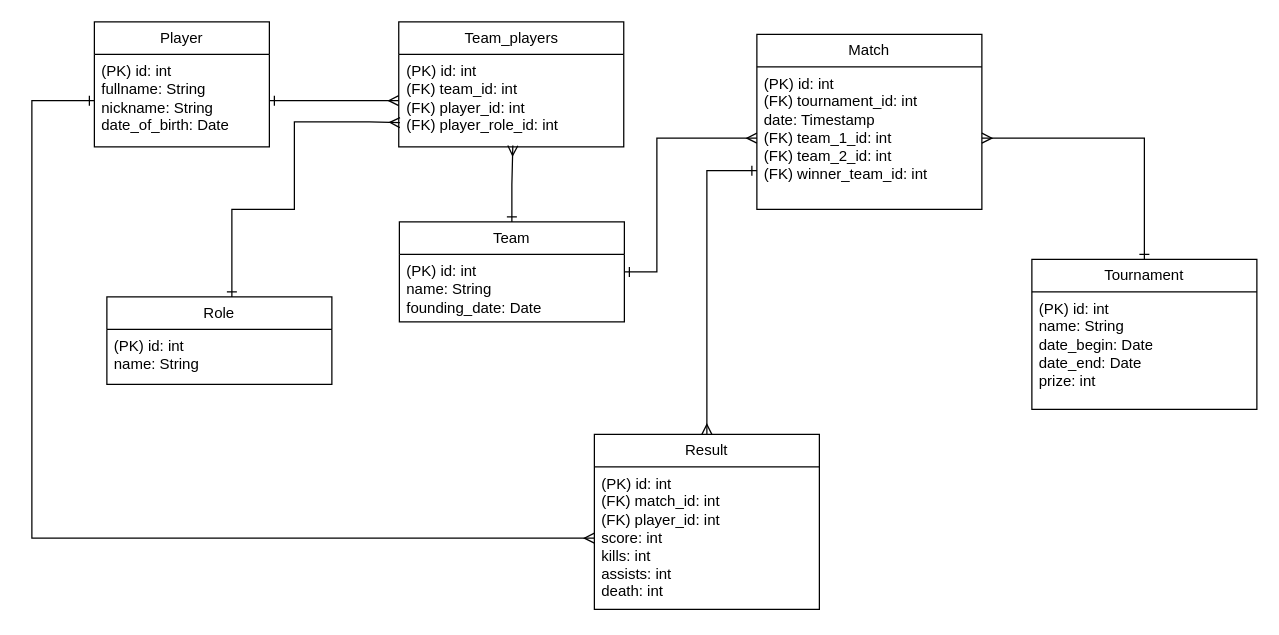
Above: вороньи лапки киберспорт.drawio in Deviky/FOREVASIAOD (draw.io), before the change. Source tidied: cells renumbered, new cells numbered last; positions are measured from the earlier drawing's top-left corner, leaving out a move shared by most shapes. Both pictures are drawn from the tidied source at 125%, with x=0, y=0 at pixel (31, 21).
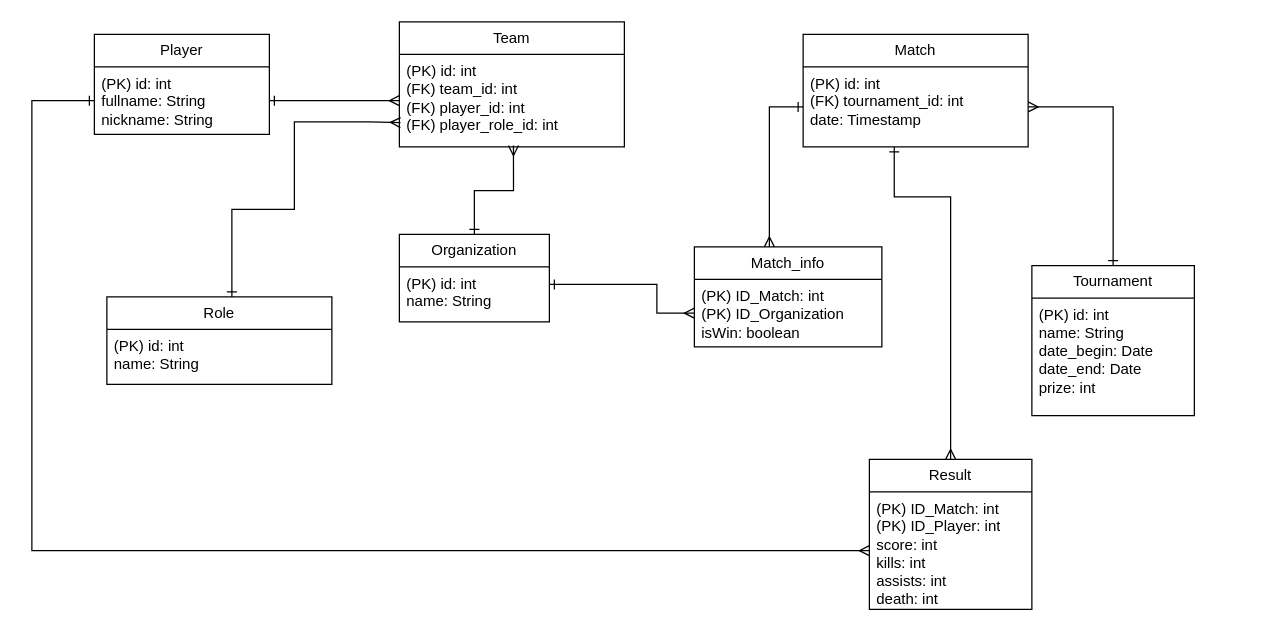
The same page after the edit.

The edit, as a diff of the source:
```diff
@@
     <mxCell id="2" value="Player" style="swimlane;fontStyle=0;horizontal=1;startSize=26;fillColor=none;whiteSpace=wrap;html=1;rounded=0;" parent="1" vertex="1">
-      <mxGeometry x="50" width="140" height="100" as="geometry" />
+      <mxGeometry x="50" y="10" width="140" height="80" as="geometry" />
     </mxCell>
-    <mxCell id="3" value="(PK) id: int&lt;div&gt;fullname: String&lt;br&gt;nickname: String&lt;/div&gt;&lt;div&gt;date_of_birth: Date&lt;/div&gt;&lt;div&gt;&lt;br&gt;&lt;/div&gt;&lt;div&gt;&lt;br&gt;&lt;/div&gt;" style="text;strokeColor=none;fillColor=none;align=left;verticalAlign=top;spacingLeft=4;spacingRight=4;overflow=hidden;points=[[0,0.5],[1,0.5]];portConstraint=eastwest;whiteSpace=wrap;html=1;" parent="2" vertex="1">
-      <mxGeometry y="26" width="140" height="74" as="geometry" />
+    <mxCell id="3" value="(PK) id: int&lt;div&gt;fullname: String&lt;br&gt;nickname: String&lt;/div&gt;&lt;div&gt;&lt;br&gt;&lt;/div&gt;&lt;div&gt;&lt;br&gt;&lt;/div&gt;" style="text;strokeColor=none;fillColor=none;align=left;verticalAlign=top;spacingLeft=4;spacingRight=4;overflow=hidden;points=[[0,0.5],[1,0.5]];portConstraint=eastwest;whiteSpace=wrap;html=1;" parent="2" vertex="1">
+      <mxGeometry y="26" width="140" height="54" as="geometry" />
     </mxCell>
@@
-    <mxCell id="5" value="Team" style="swimlane;fontStyle=0;horizontal=1;startSize=26;fillColor=none;whiteSpace=wrap;html=1;rounded=0;" parent="1" vertex="1">
-      <mxGeometry x="294" y="160" width="180" height="80" as="geometry" />
+    <mxCell id="5" value="Organization" style="swimlane;fontStyle=0;horizontal=1;startSize=26;fillColor=none;whiteSpace=wrap;html=1;rounded=0;" parent="1" vertex="1">
+      <mxGeometry x="294" y="170" width="120" height="70" as="geometry" />
     </mxCell>
-    <mxCell id="6" value="&lt;div&gt;&lt;div&gt;&lt;span style=&quot;background-color: initial;&quot;&gt;(PK)&amp;nbsp;&lt;/span&gt;id: int&lt;/div&gt;&lt;/div&gt;&lt;div&gt;name: String&lt;/div&gt;&lt;div&gt;founding_date: Date&lt;/div&gt;&lt;div&gt;&lt;br&gt;&lt;/div&gt;" style="text;strokeColor=none;fillColor=none;align=left;verticalAlign=top;spacingLeft=4;spacingRight=4;overflow=hidden;whiteSpace=wrap;html=1;" parent="5" vertex="1">
-      <mxGeometry y="26" width="180" height="54" as="geometry" />
+    <mxCell id="6" value="&lt;div&gt;&lt;div&gt;&lt;span style=&quot;background-color: initial;&quot;&gt;(PK)&amp;nbsp;&lt;/span&gt;id: int&lt;/div&gt;&lt;/div&gt;&lt;div&gt;name: String&lt;/div&gt;&lt;div&gt;&lt;br&gt;&lt;/div&gt;" style="text;strokeColor=none;fillColor=none;align=left;verticalAlign=top;spacingLeft=4;spacingRight=4;overflow=hidden;whiteSpace=wrap;html=1;" parent="5" vertex="1">
+      <mxGeometry y="26" width="120" height="44" as="geometry" />
     </mxCell>
-    <mxCell id="7" value="Team_players" style="swimlane;fontStyle=0;horizontal=1;startSize=26;fillColor=none;whiteSpace=wrap;html=1;rounded=0;" parent="1" vertex="1">
-      <mxGeometry x="293.5" width="180" height="100" as="geometry" />
+    <mxCell id="7" value="Team" style="swimlane;fontStyle=0;horizontal=1;startSize=26;fillColor=none;whiteSpace=wrap;html=1;rounded=0;" parent="1" vertex="1">
+      <mxGeometry x="294" width="180" height="100" as="geometry" />
     </mxCell>
@@
     <mxCell id="9" value="Match" style="swimlane;fontStyle=0;horizontal=1;startSize=26;fillColor=none;whiteSpace=wrap;html=1;rounded=0;" parent="1" vertex="1">
-      <mxGeometry x="580" y="10" width="180" height="140" as="geometry" />
+      <mxGeometry x="617" y="10" width="180" height="90" as="geometry" />
     </mxCell>
-    <mxCell id="10" value="(PK) id: int&lt;br&gt;&lt;div&gt;&lt;span style=&quot;background-color: initial;&quot;&gt;(FK)&lt;/span&gt;&lt;span style=&quot;background-color: initial;&quot;&gt;&amp;nbsp;&lt;/span&gt;tournament_id: int&lt;/div&gt;&lt;div&gt;date: Timestamp&lt;/div&gt;&lt;div&gt;&lt;span style=&quot;background-color: initial;&quot;&gt;(FK)&lt;/span&gt;&lt;span style=&quot;background-color: initial;&quot;&gt;&amp;nbsp;&lt;/span&gt;team_1_id: int&lt;/div&gt;&lt;div&gt;&lt;span style=&quot;background-color: initial;&quot;&gt;(FK)&lt;/span&gt;&lt;span style=&quot;background-color: initial;&quot;&gt;&amp;nbsp;&lt;/span&gt;team_2_id: int&lt;/div&gt;&lt;div&gt;&lt;span style=&quot;background-color: initial;&quot;&gt;(FK)&lt;/span&gt;&lt;span style=&quot;background-color: initial;&quot;&gt;&amp;nbsp;&lt;/span&gt;winner_team_id: int&lt;/div&gt;" style="text;strokeColor=none;fillColor=none;align=left;verticalAlign=top;spacingLeft=4;spacingRight=4;overflow=hidden;points=[[0,0.5],[1,0.5]];portConstraint=eastwest;whiteSpace=wrap;html=1;rounded=0;" parent="9" vertex="1">
-      <mxGeometry y="26" width="180" height="114" as="geometry" />
+    <mxCell id="10" value="(PK) id: int&lt;br&gt;&lt;div&gt;&lt;span style=&quot;background-color: initial;&quot;&gt;(FK)&lt;/span&gt;&lt;span style=&quot;background-color: initial;&quot;&gt;&amp;nbsp;&lt;/span&gt;tournament_id: int&lt;/div&gt;&lt;div&gt;date: Timestamp&lt;/div&gt;" style="text;strokeColor=none;fillColor=none;align=left;verticalAlign=top;spacingLeft=4;spacingRight=4;overflow=hidden;points=[[0,0.5],[1,0.5]];portConstraint=eastwest;whiteSpace=wrap;html=1;rounded=0;" parent="9" vertex="1">
+      <mxGeometry y="26" width="180" height="64" as="geometry" />
     </mxCell>
@@
     <mxCell id="14" value="Tournament" style="swimlane;fontStyle=0;horizontal=1;startSize=26;fillColor=none;whiteSpace=wrap;html=1;rounded=0;" parent="1" vertex="1">
-      <mxGeometry x="800" y="190" width="180" height="120" as="geometry" />
+      <mxGeometry x="800" y="195" width="130" height="120" as="geometry" />
     </mxCell>
     <mxCell id="15" value="(PK) id: int&lt;div&gt;name: String&lt;/div&gt;&lt;div&gt;date_begin: Date&lt;/div&gt;&lt;div&gt;date_end: Date&lt;/div&gt;&lt;div&gt;prize: int&lt;/div&gt;" style="text;strokeColor=none;fillColor=none;align=left;verticalAlign=top;spacingLeft=4;spacingRight=4;overflow=hidden;whiteSpace=wrap;html=1;rounded=0;" parent="14" vertex="1">
-      <mxGeometry y="26" width="180" height="94" as="geometry" />
+      <mxGeometry y="26" width="130" height="94" as="geometry" />
     </mxCell>
     <mxCell id="16" value="Result" style="swimlane;fontStyle=0;horizontal=1;startSize=26;fillColor=none;whiteSpace=wrap;html=1;rounded=0;" parent="1" vertex="1">
-      <mxGeometry x="450" y="330" width="180" height="140" as="geometry" />
+      <mxGeometry x="670" y="350" width="130" height="120" as="geometry" />
     </mxCell>
-    <mxCell id="17" value="(PK) id: int&lt;br&gt;&lt;div&gt;&lt;span style=&quot;background-color: initial;&quot;&gt;(FK)&lt;/span&gt;&lt;span style=&quot;background-color: initial;&quot;&gt;&amp;nbsp;&lt;/span&gt;match_id: int&lt;/div&gt;&lt;div&gt;&lt;span style=&quot;background-color: initial;&quot;&gt;(FK)&lt;/span&gt;&lt;span style=&quot;background-color: initial;&quot;&gt;&amp;nbsp;&lt;/span&gt;player_id: int&lt;/div&gt;&lt;div&gt;score: int&lt;/div&gt;&lt;div&gt;kills: int&lt;/div&gt;&lt;div&gt;assists: int&lt;/div&gt;&lt;div&gt;death: int&lt;/div&gt;" style="text;strokeColor=none;fillColor=none;align=left;verticalAlign=top;spacingLeft=4;spacingRight=4;overflow=hidden;points=[[0,0.5],[1,0.5]];portConstraint=eastwest;whiteSpace=wrap;html=1;" parent="16" vertex="1">
-      <mxGeometry y="26" width="180" height="114" as="geometry" />
+    <mxCell id="17" value="&lt;div&gt;&lt;span style=&quot;background-color: initial;&quot;&gt;(PK)&lt;/span&gt;&lt;span style=&quot;background-color: initial;&quot;&gt;&amp;nbsp;&lt;/span&gt;ID_Match: int&lt;/div&gt;&lt;div&gt;&lt;span style=&quot;background-color: initial;&quot;&gt;(PK)&lt;/span&gt;&lt;span style=&quot;background-color: initial;&quot;&gt;&amp;nbsp;&lt;/span&gt;ID_Player: int&lt;/div&gt;&lt;div&gt;score: int&lt;/div&gt;&lt;div&gt;kills: int&lt;/div&gt;&lt;div&gt;assists: int&lt;/div&gt;&lt;div&gt;death: int&lt;/div&gt;" style="text;strokeColor=none;fillColor=none;align=left;verticalAlign=top;spacingLeft=4;spacingRight=4;overflow=hidden;points=[[0,0.5],[1,0.5]];portConstraint=eastwest;whiteSpace=wrap;html=1;" parent="16" vertex="1">
+      <mxGeometry y="26" width="130" height="94" as="geometry" />
     </mxCell>
@@
-    <mxCell id="19" style="edgeStyle=orthogonalEdgeStyle;rounded=0;jettySize=auto;html=1;startArrow=ERone;startFill=0;endArrow=ERmany;endFill=0;entryX=0;entryY=0.5;entryDx=0;entryDy=0;" parent="1" edge="1" source="5" target="10">
+    <mxCell id="19" style="edgeStyle=orthogonalEdgeStyle;rounded=0;jettySize=auto;html=1;startArrow=ERone;startFill=0;endArrow=ERmany;endFill=0;entryX=0;entryY=0.5;entryDx=0;entryDy=0;" parent="1" edge="1" source="5" target="24">
       <mxGeometry relative="1" as="geometry">
         <Array as="points">
-          <mxPoint x="500" y="200" />
-          <mxPoint x="500" y="93" />
+          <mxPoint x="500" y="210" />
+          <mxPoint x="500" y="233" />
         </Array>
       </mxGeometry>
     </mxCell>
@@
-    <mxCell id="21" style="edgeStyle=orthogonalEdgeStyle;rounded=0;jettySize=auto;html=1;entryX=0.5;entryY=0;entryDx=0;entryDy=0;startArrow=ERone;startFill=0;endArrow=ERmany;endFill=0;" parent="1" edge="1" target="16">
+    <mxCell id="21" style="edgeStyle=orthogonalEdgeStyle;rounded=0;jettySize=auto;html=1;entryX=0.5;entryY=0;entryDx=0;entryDy=0;startArrow=ERone;startFill=0;endArrow=ERmany;endFill=0;exitX=0.405;exitY=1;exitDx=0;exitDy=0;exitPerimeter=0;" parent="1" edge="1" source="10" target="16">
       <mxGeometry relative="1" as="geometry">
-        <mxPoint x="580" y="119" as="sourcePoint" />
         <Array as="points">
-          <mxPoint x="540" y="119" />
+          <mxPoint x="690" y="140" />
+          <mxPoint x="735" y="140" />
         </Array>
       </mxGeometry>
     </mxCell>
     <mxCell id="22" style="edgeStyle=orthogonalEdgeStyle;rounded=0;jettySize=auto;html=1;entryX=0;entryY=0.5;entryDx=0;entryDy=0;startArrow=ERone;startFill=0;endArrow=ERmany;endFill=0;" parent="1" edge="1" source="3" target="17">
       <mxGeometry relative="1" as="geometry">
         <Array as="points">
           <mxPoint y="63" />
-          <mxPoint y="413" />
+          <mxPoint y="423" />
         </Array>
       </mxGeometry>
     </mxCell>
+    <mxCell id="23" value="Match_info" style="swimlane;fontStyle=0;horizontal=1;startSize=26;fillColor=none;whiteSpace=wrap;html=1;rounded=0;" parent="1" vertex="1">
+      <mxGeometry x="530" y="180" width="150" height="80" as="geometry" />
+    </mxCell>
+    <mxCell id="24" value="&lt;div&gt;&lt;div&gt;&lt;span style=&quot;background-color: initial;&quot;&gt;(PK)&amp;nbsp;&lt;/span&gt;ID_Match: int&lt;/div&gt;&lt;/div&gt;&lt;div&gt;(PK) ID_Organization&lt;/div&gt;&lt;div&gt;isWin: boolean&lt;/div&gt;&lt;div&gt;&lt;br&gt;&lt;/div&gt;" style="text;strokeColor=none;fillColor=none;align=left;verticalAlign=top;spacingLeft=4;spacingRight=4;overflow=hidden;points=[[0,0.5],[1,0.5]];portConstraint=eastwest;whiteSpace=wrap;html=1;" parent="23" vertex="1">
+      <mxGeometry y="26" width="150" height="54" as="geometry" />
+    </mxCell>
+    <mxCell id="25" style="edgeStyle=orthogonalEdgeStyle;rounded=0;jettySize=auto;html=1;entryX=0.5;entryY=0;entryDx=0;entryDy=0;startArrow=ERone;startFill=0;endArrow=ERmany;endFill=0;exitX=0;exitY=0.5;exitDx=0;exitDy=0;" parent="1" edge="1" source="10">
+      <mxGeometry relative="1" as="geometry">
+        <mxPoint x="590" y="180" as="targetPoint" />
+        <Array as="points">
+          <mxPoint x="590" y="68" />
+        </Array>
+      </mxGeometry>
+    </mxCell>
```
